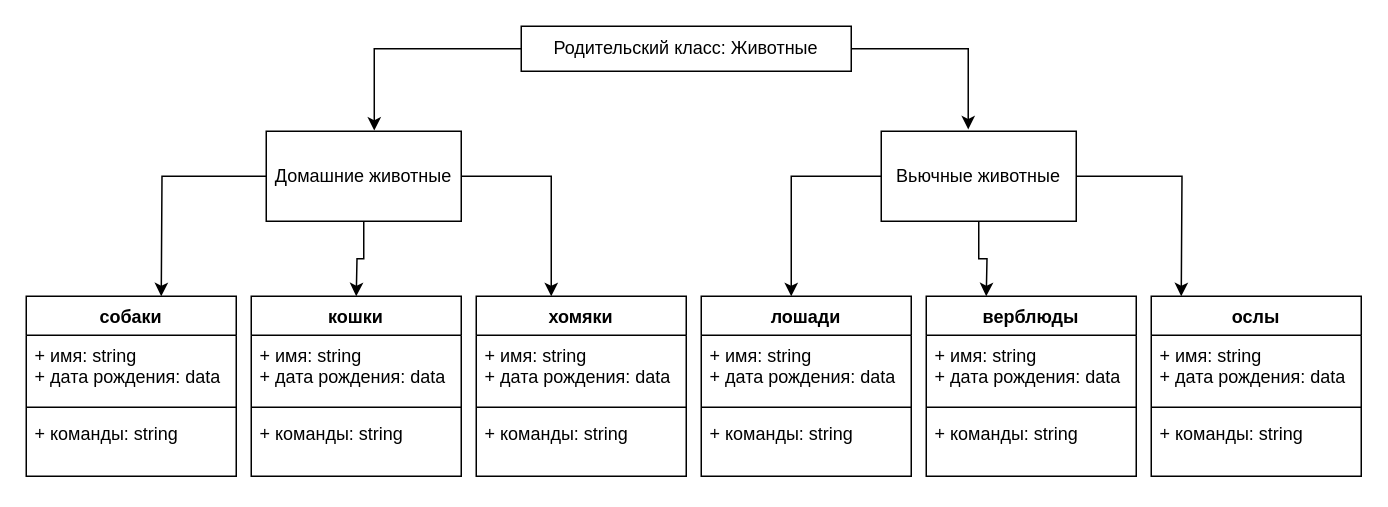
Above: Диаграмма без названия.drawio in 12MGL/-_- (draw.io), before the change. Source tidied: cells renumbered, new cells numbered last; positions are measured from the earlier drawing's top-left corner, leaving out a move shared by most shapes. Both pictures are drawn from the tidied source at 150%, with x=0, y=0 at pixel (26, 26).
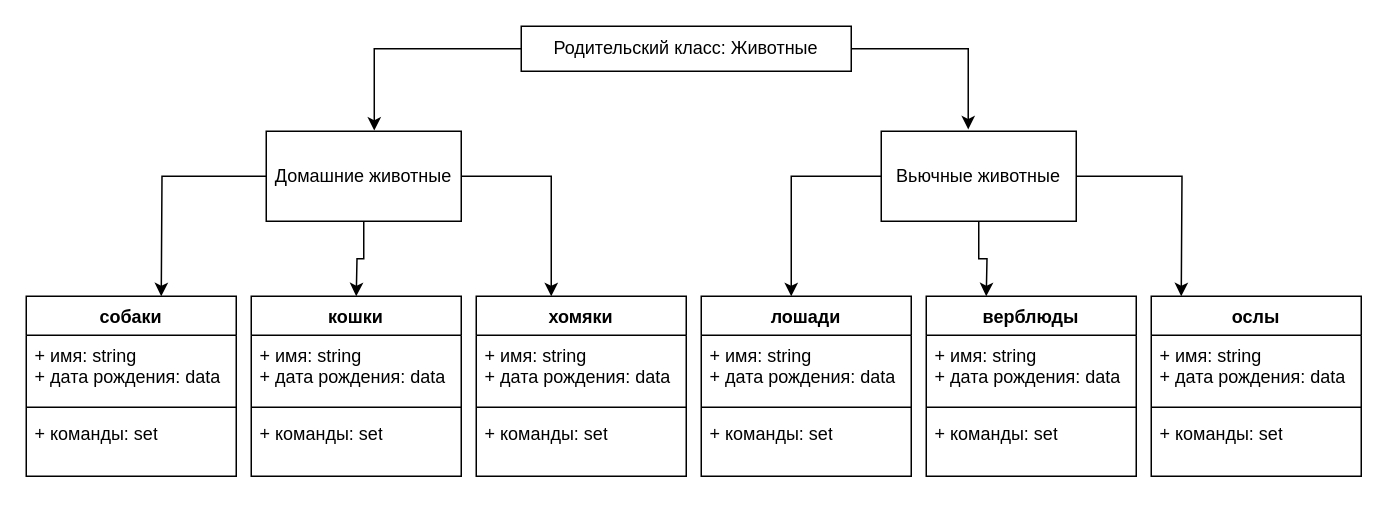
After the change.

Unchanged cells that the change refers to:
```xml
<mxCell id="13" value="собаки" style="swimlane;fontStyle=1;align=center;verticalAlign=top;horizontal=1;startSize=26;whiteSpace=wrap;html=1;" parent="1" vertex="1">
  <mxGeometry y="180" width="140" height="120" as="geometry" />
</mxCell>
<mxCell id="17" value="кошки" style="swimlane;fontStyle=1;align=center;verticalAlign=top;horizontal=1;startSize=26;whiteSpace=wrap;html=1;" parent="1" vertex="1">
  <mxGeometry x="150" y="180" width="140" height="120" as="geometry" />
</mxCell>
<mxCell id="21" value="хомяки" style="swimlane;fontStyle=1;align=center;verticalAlign=top;horizontal=1;startSize=26;whiteSpace=wrap;html=1;" parent="1" vertex="1">
  <mxGeometry x="300" y="180" width="140" height="120" as="geometry" />
</mxCell>
<mxCell id="25" value="лошади" style="swimlane;fontStyle=1;align=center;verticalAlign=top;horizontal=1;startSize=26;whiteSpace=wrap;html=1;" parent="1" vertex="1">
  <mxGeometry x="450" y="180" width="140" height="120" as="geometry" />
</mxCell>
<mxCell id="29" value="верблюды" style="swimlane;fontStyle=1;align=center;verticalAlign=top;horizontal=1;startSize=26;whiteSpace=wrap;html=1;" parent="1" vertex="1">
  <mxGeometry x="600" y="180" width="140" height="120" as="geometry" />
</mxCell>
<mxCell id="33" value="ослы" style="swimlane;fontStyle=1;align=center;verticalAlign=top;horizontal=1;startSize=26;whiteSpace=wrap;html=1;" parent="1" vertex="1">
  <mxGeometry x="750" y="180" width="140" height="120" as="geometry" />
</mxCell>
```

What changed in the source:
```diff
@@
-    <mxCell id="16" value="+ команды: string" style="text;strokeColor=none;fillColor=none;align=left;verticalAlign=top;spacingLeft=4;spacingRight=4;overflow=hidden;whiteSpace=wrap;html=1;" parent="13" vertex="1">
+    <mxCell id="16" value="+ команды: set" style="text;strokeColor=none;fillColor=none;align=left;verticalAlign=top;spacingLeft=4;spacingRight=4;overflow=hidden;whiteSpace=wrap;html=1;" parent="13" vertex="1">
       <mxGeometry y="78" width="140" height="42" as="geometry" />
     </mxCell>
@@
-    <mxCell id="20" value="+ команды: string" style="text;strokeColor=none;fillColor=none;align=left;verticalAlign=top;spacingLeft=4;spacingRight=4;overflow=hidden;whiteSpace=wrap;html=1;" parent="17" vertex="1">
+    <mxCell id="20" value="+ команды: set" style="text;strokeColor=none;fillColor=none;align=left;verticalAlign=top;spacingLeft=4;spacingRight=4;overflow=hidden;whiteSpace=wrap;html=1;" parent="17" vertex="1">
       <mxGeometry y="78" width="140" height="42" as="geometry" />
     </mxCell>
@@
-    <mxCell id="24" value="+ команды: string" style="text;strokeColor=none;fillColor=none;align=left;verticalAlign=top;spacingLeft=4;spacingRight=4;overflow=hidden;whiteSpace=wrap;html=1;" parent="21" vertex="1">
+    <mxCell id="24" value="+ команды: set" style="text;strokeColor=none;fillColor=none;align=left;verticalAlign=top;spacingLeft=4;spacingRight=4;overflow=hidden;whiteSpace=wrap;html=1;" parent="21" vertex="1">
       <mxGeometry y="78" width="140" height="42" as="geometry" />
     </mxCell>
@@
-    <mxCell id="28" value="+ команды: string" style="text;strokeColor=none;fillColor=none;align=left;verticalAlign=top;spacingLeft=4;spacingRight=4;overflow=hidden;whiteSpace=wrap;html=1;" parent="25" vertex="1">
+    <mxCell id="28" value="+ команды: set" style="text;strokeColor=none;fillColor=none;align=left;verticalAlign=top;spacingLeft=4;spacingRight=4;overflow=hidden;whiteSpace=wrap;html=1;" parent="25" vertex="1">
       <mxGeometry y="78" width="140" height="42" as="geometry" />
     </mxCell>
@@
-    <mxCell id="32" value="+ команды: string" style="text;strokeColor=none;fillColor=none;align=left;verticalAlign=top;spacingLeft=4;spacingRight=4;overflow=hidden;whiteSpace=wrap;html=1;" parent="29" vertex="1">
+    <mxCell id="32" value="+ команды: set" style="text;strokeColor=none;fillColor=none;align=left;verticalAlign=top;spacingLeft=4;spacingRight=4;overflow=hidden;whiteSpace=wrap;html=1;" parent="29" vertex="1">
       <mxGeometry y="78" width="140" height="42" as="geometry" />
     </mxCell>
@@
-    <mxCell id="36" value="+ команды: string" style="text;strokeColor=none;fillColor=none;align=left;verticalAlign=top;spacingLeft=4;spacingRight=4;overflow=hidden;whiteSpace=wrap;html=1;" parent="33" vertex="1">
+    <mxCell id="36" value="+ команды: set" style="text;strokeColor=none;fillColor=none;align=left;verticalAlign=top;spacingLeft=4;spacingRight=4;overflow=hidden;whiteSpace=wrap;html=1;" parent="33" vertex="1">
       <mxGeometry y="78" width="140" height="42" as="geometry" />
     </mxCell>
```
